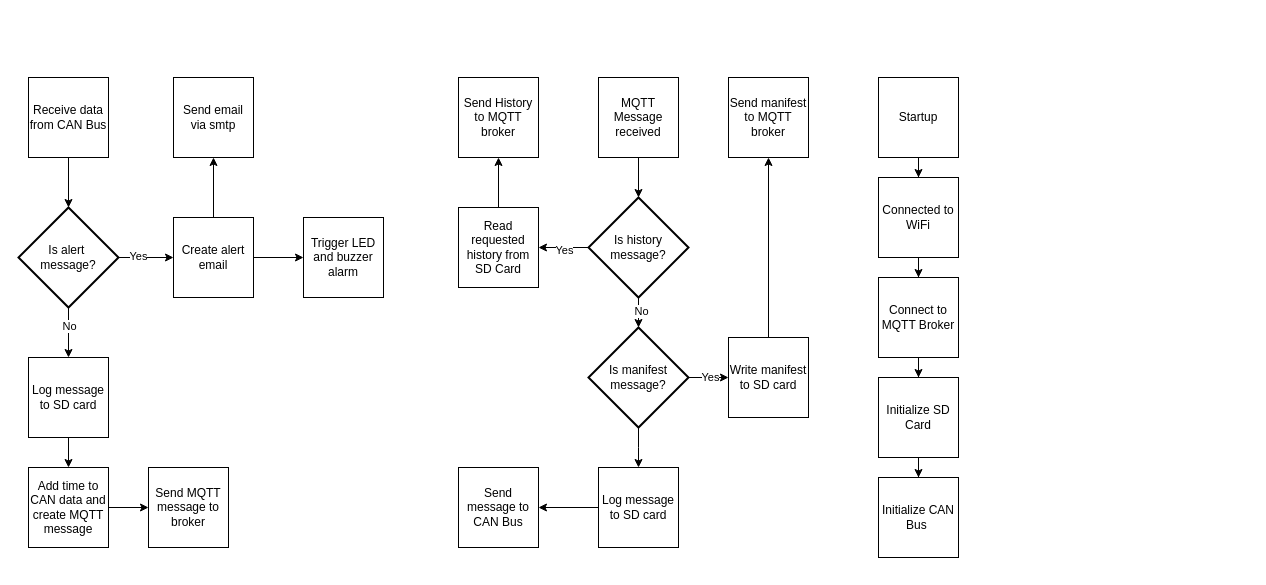
Earlier version of the draw.io diagram BlockDiagrams/BaseStationSoftware.drawio (ProjectFishWorks/Documentation). Source tidied: cells renumbered, new cells numbered last; positions are measured from the earlier drawing's top-left corner, leaving out a move shared by most shapes. Both pictures are drawn from the tidied source at 100%, with x=0, y=0 at pixel (18, 77).
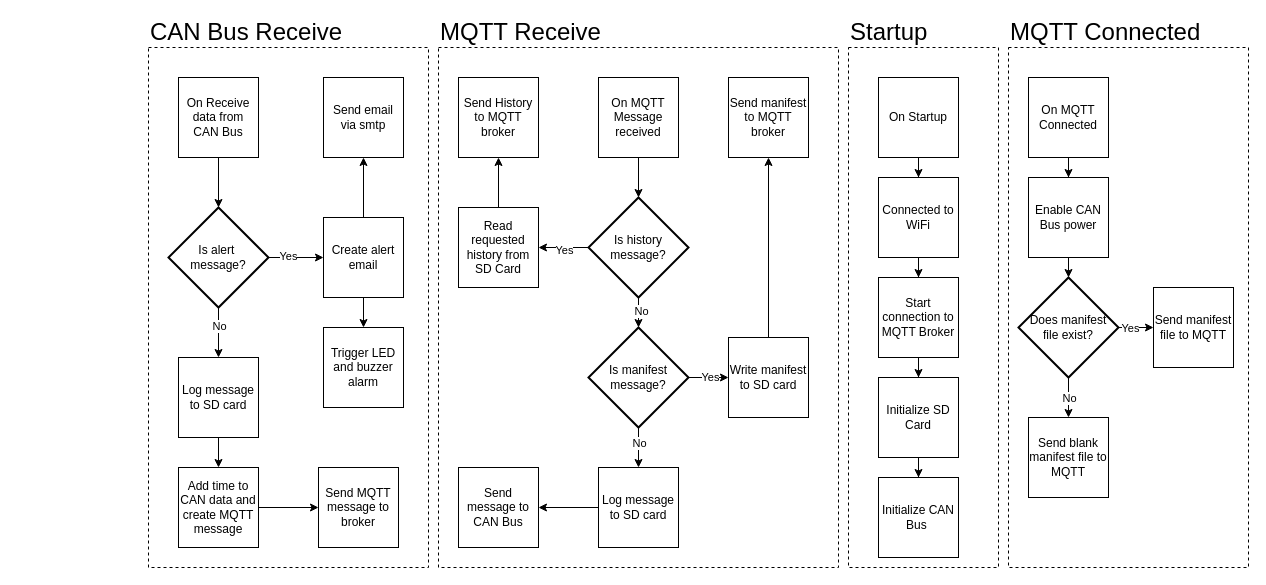
The same page after the edit.

The change refers to these unchanged cells:
```xml
<mxCell id="32" style="edgeStyle=orthogonalEdgeStyle;rounded=0;jettySize=auto;html=1;exitX=0.5;exitY=1;exitDx=0;exitDy=0;exitPerimeter=0;" parent="1" edge="1" source="26">
  <mxGeometry relative="1" as="geometry">
    <mxPoint x="620" y="390" as="targetPoint" />
  </mxGeometry>
</mxCell>
```

What changed in the source:
```diff
@@
-    <mxCell id="2" value="Receive data from CAN Bus" style="whiteSpace=wrap;html=1;" parent="1" vertex="1">
-      <mxGeometry x="10" width="80" height="80" as="geometry" />
+    <mxCell id="2" value="On Receive data from CAN Bus" style="whiteSpace=wrap;html=1;" parent="1" vertex="1">
+      <mxGeometry x="160" width="80" height="80" as="geometry" />
     </mxCell>
@@
     <mxCell id="5" value="Create alert email" style="whiteSpace=wrap;html=1;" parent="1" vertex="1">
-      <mxGeometry x="155" y="140" width="80" height="80" as="geometry" />
+      <mxGeometry x="305" y="140" width="80" height="80" as="geometry" />
     </mxCell>
     <mxCell id="6" value="Send email via smtp" style="whiteSpace=wrap;html=1;" parent="1" vertex="1">
-      <mxGeometry x="155" width="80" height="80" as="geometry" />
+      <mxGeometry x="305" width="80" height="80" as="geometry" />
     </mxCell>
@@
     <mxCell id="8" value="Add time to CAN data and create MQTT message" style="whiteSpace=wrap;html=1;" parent="1" vertex="1">
-      <mxGeometry x="10" y="390" width="80" height="80" as="geometry" />
+      <mxGeometry x="160" y="390" width="80" height="80" as="geometry" />
     </mxCell>
     <mxCell id="9" value="Send MQTT message to broker" style="whiteSpace=wrap;html=1;" parent="1" vertex="1">
-      <mxGeometry x="130" y="390" width="80" height="80" as="geometry" />
+      <mxGeometry x="300" y="390" width="80" height="80" as="geometry" />
     </mxCell>
@@
-    <mxCell id="11" value="MQTT Message received" style="whiteSpace=wrap;html=1;" parent="1" vertex="1">
+    <mxCell id="11" value="On MQTT Message received" style="whiteSpace=wrap;html=1;" parent="1" vertex="1">
       <mxGeometry x="580" width="80" height="80" as="geometry" />
     </mxCell>
@@
     <mxCell id="16" value="Is alert&amp;nbsp;&lt;div&gt;message?&lt;/div&gt;" style="strokeWidth=2;html=1;shape=mxgraph.flowchart.decision;whiteSpace=wrap;" parent="1" vertex="1">
-      <mxGeometry y="130" width="100" height="100" as="geometry" />
+      <mxGeometry x="150" y="130" width="100" height="100" as="geometry" />
     </mxCell>
@@
+    <mxCell id="48" value="No" style="edgeLabel;html=1;align=center;verticalAlign=middle;" parent="32" vertex="1">
+      <mxGeometry x="-0.26" relative="1" as="geometry" />
+    </mxCell>
@@
     <mxCell id="37" value="Log message to SD card" style="whiteSpace=wrap;html=1;" parent="1" vertex="1">
-      <mxGeometry x="10" y="280" width="80" height="80" as="geometry" />
+      <mxGeometry x="160" y="280" width="80" height="80" as="geometry" />
     </mxCell>
@@
-    <mxCell id="39" value="Startup" style="whiteSpace=wrap;html=1;" parent="1" vertex="1">
+    <mxCell id="39" value="On Startup" style="whiteSpace=wrap;html=1;" parent="1" vertex="1">
       <mxGeometry x="860" width="80" height="80" as="geometry" />
     </mxCell>
@@
-    <mxCell id="46" value="Connect to MQTT Broker" style="whiteSpace=wrap;html=1;" parent="1" vertex="1">
+    <mxCell id="46" value="Start connection to MQTT Broker" style="whiteSpace=wrap;html=1;" parent="1" vertex="1">
       <mxGeometry x="860" y="200" width="80" height="80" as="geometry" />
     </mxCell>
     <mxCell id="47" value="Trigger LED and buzzer alarm" style="whiteSpace=wrap;html=1;" parent="1" vertex="1">
-      <mxGeometry x="285" y="140" width="80" height="80" as="geometry" />
+      <mxGeometry x="305" y="250" width="80" height="80" as="geometry" />
     </mxCell>
+    <mxCell id="49" style="edgeStyle=orthogonalEdgeStyle;rounded=0;jettySize=auto;html=1;" parent="1" edge="1" source="50" target="52">
+      <mxGeometry relative="1" as="geometry" />
+    </mxCell>
+    <mxCell id="50" value="On MQTT Connected" style="whiteSpace=wrap;html=1;" parent="1" vertex="1">
+      <mxGeometry x="1010" width="80" height="80" as="geometry" />
+    </mxCell>
+    <mxCell id="51" style="edgeStyle=orthogonalEdgeStyle;rounded=0;jettySize=auto;html=1;" parent="1" edge="1" source="52">
+      <mxGeometry relative="1" as="geometry">
+        <mxPoint x="1050" y="200" as="targetPoint" />
+      </mxGeometry>
+    </mxCell>
+    <mxCell id="52" value="Enable CAN Bus power" style="whiteSpace=wrap;html=1;" parent="1" vertex="1">
+      <mxGeometry x="1010" y="100" width="80" height="80" as="geometry" />
+    </mxCell>
+    <mxCell id="53" style="edgeStyle=orthogonalEdgeStyle;rounded=0;jettySize=auto;html=1;entryX=0;entryY=0.5;entryDx=0;entryDy=0;" parent="1" edge="1" source="57" target="59">
+      <mxGeometry relative="1" as="geometry" />
+    </mxCell>
+    <mxCell id="54" value="Yes" style="edgeLabel;html=1;align=center;verticalAlign=middle;" parent="53" vertex="1">
+      <mxGeometry x="-0.52" relative="1" as="geometry" />
+    </mxCell>
+    <mxCell id="55" style="edgeStyle=orthogonalEdgeStyle;rounded=0;jettySize=auto;html=1;" parent="1" edge="1" source="57" target="58">
+      <mxGeometry relative="1" as="geometry" />
+    </mxCell>
+    <mxCell id="56" value="No" style="edgeLabel;html=1;align=center;verticalAlign=middle;" parent="55" vertex="1">
+      <mxGeometry x="0.27" y="-3" relative="1" as="geometry">
+        <mxPoint x="3" y="-5" as="offset" />
+      </mxGeometry>
+    </mxCell>
+    <mxCell id="57" value="Does manifest&lt;div&gt;file exist?&lt;/div&gt;" style="strokeWidth=2;html=1;shape=mxgraph.flowchart.decision;whiteSpace=wrap;" parent="1" vertex="1">
+      <mxGeometry x="1000" y="200" width="100" height="100" as="geometry" />
+    </mxCell>
+    <mxCell id="58" value="Send blank manifest file to MQTT" style="whiteSpace=wrap;html=1;" parent="1" vertex="1">
+      <mxGeometry x="1010" y="340" width="80" height="80" as="geometry" />
+    </mxCell>
+    <mxCell id="59" value="Send manifest file to MQTT" style="whiteSpace=wrap;html=1;" parent="1" vertex="1">
+      <mxGeometry x="1135" y="210" width="80" height="80" as="geometry" />
+    </mxCell>
+    <mxCell id="60" style="rounded=0;whiteSpace=wrap;html=1;fillColor=none;dashed=1;" parent="1" vertex="1">
+      <mxGeometry x="130" y="-30" width="280" height="520" as="geometry" />
+    </mxCell>
+    <mxCell id="61" style="rounded=0;whiteSpace=wrap;html=1;fillColor=none;dashed=1;" parent="1" vertex="1">
+      <mxGeometry x="420" y="-30" width="400" height="520" as="geometry" />
+    </mxCell>
+    <mxCell id="62" style="rounded=0;whiteSpace=wrap;html=1;fillColor=none;dashed=1;" parent="1" vertex="1">
+      <mxGeometry x="830" y="-30" width="150" height="520" as="geometry" />
+    </mxCell>
+    <mxCell id="63" style="rounded=0;whiteSpace=wrap;html=1;fillColor=none;dashed=1;" parent="1" vertex="1">
+      <mxGeometry x="990" y="-30" width="240" height="520" as="geometry" />
+    </mxCell>
+    <mxCell id="64" value="CAN Bus Receive" style="text;html=1;align=left;verticalAlign=middle;whiteSpace=wrap;rounded=0;fontSize=24;" parent="1" vertex="1">
+      <mxGeometry x="130" y="-60" width="280" height="30" as="geometry" />
+    </mxCell>
+    <mxCell id="65" value="MQTT Receive" style="text;html=1;align=left;verticalAlign=middle;whiteSpace=wrap;rounded=0;fontSize=24;" parent="1" vertex="1">
+      <mxGeometry x="420" y="-60" width="280" height="30" as="geometry" />
+    </mxCell>
+    <mxCell id="66" value="Startup" style="text;html=1;align=left;verticalAlign=middle;whiteSpace=wrap;rounded=0;fontSize=24;" parent="1" vertex="1">
+      <mxGeometry x="830" y="-60" width="150" height="30" as="geometry" />
+    </mxCell>
+    <mxCell id="67" value="MQTT Connected" style="text;html=1;align=left;verticalAlign=middle;whiteSpace=wrap;rounded=0;fontSize=24;" parent="1" vertex="1">
+      <mxGeometry x="990" y="-60" width="230" height="30" as="geometry" />
+    </mxCell>
```
